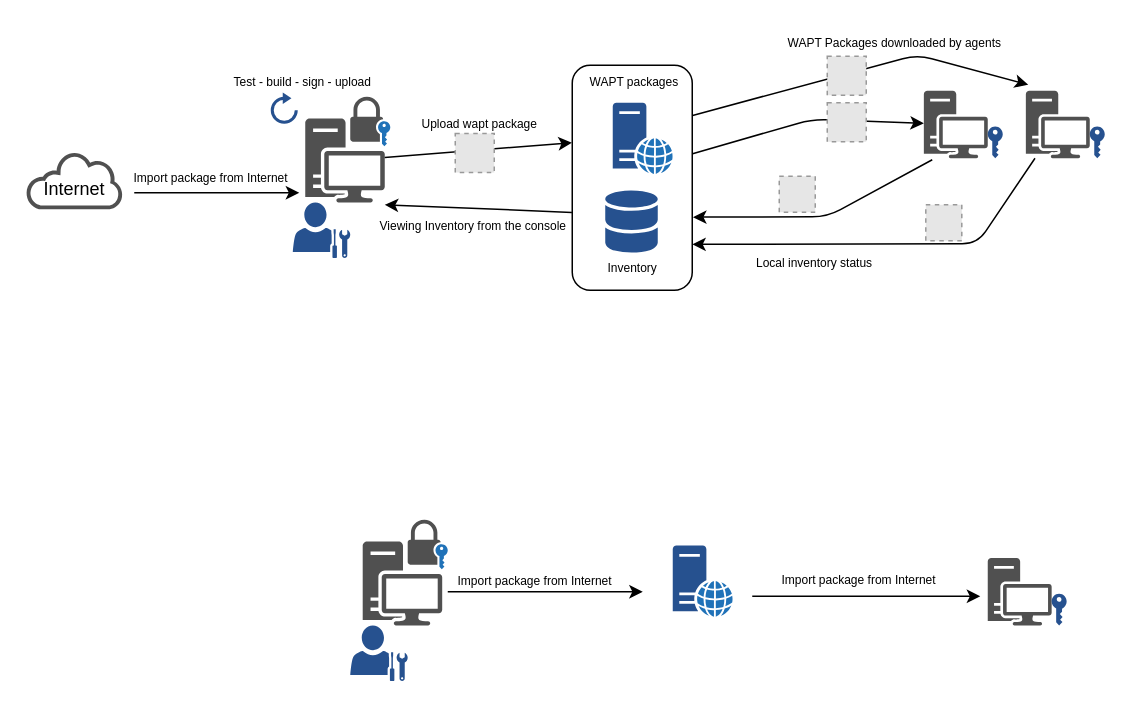
Earlier version of the draw.io diagram source/wapt_draw.io_diagrams/Diagramme interactions.drawio (tranquilit/WAPT-Documentation). Source tidied: cells renumbered, new cells numbered last; positions are measured from the earlier drawing's top-left corner, leaving out a move shared by most shapes. Both pictures are drawn from the tidied source at 150%, with x=0, y=0 at pixel (26, 26). Pictures stored in the file or linked from it are replaced by grey dashed boxes.
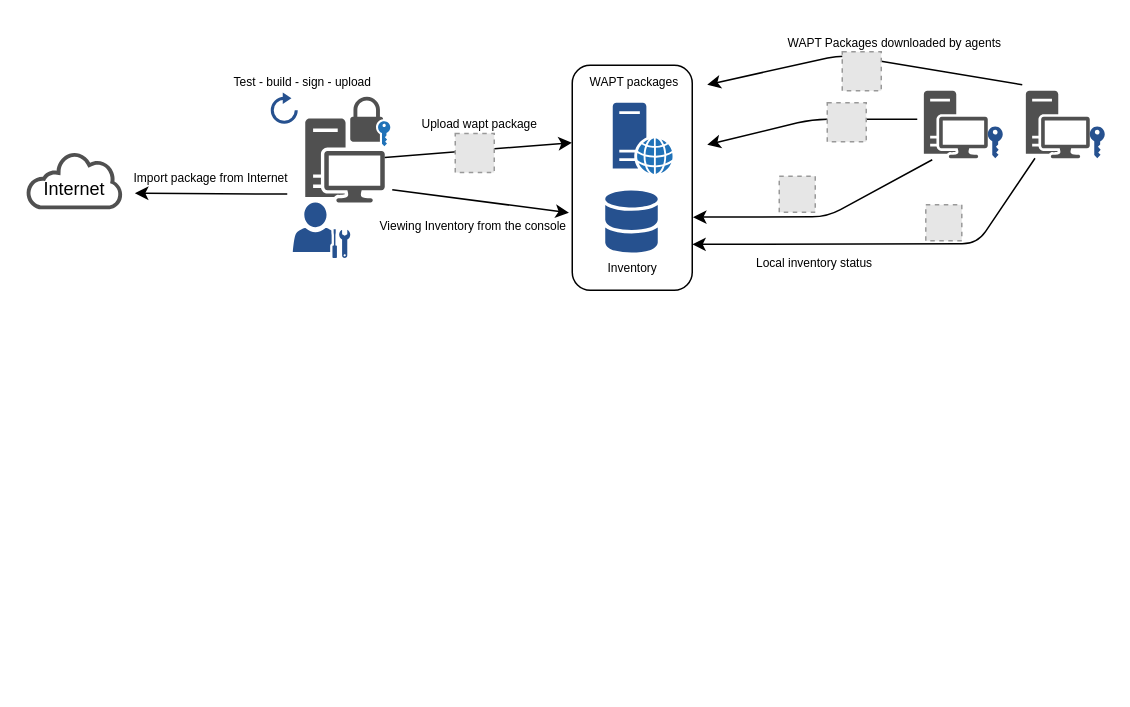
After the change.

The change refers to these unchanged cells:
```xml
<mxCell id="2" style="rounded=1;whiteSpace=wrap;html=1;" parent="1" vertex="1">
  <mxGeometry x="364" y="26" width="80" height="150" as="geometry" />
</mxCell>
<mxCell id="8" value="&lt;font style=&quot;font-size: 8px&quot;&gt;Viewing Inventory from the console&lt;br&gt;&lt;/font&gt;" style="text;html=1;align=left;verticalAlign=top;spacingTop=-4;points=[];rotation=0;" parent="1" vertex="1">
  <mxGeometry x="234" y="122" width="130" height="20" as="geometry" />
</mxCell>
<mxCell id="12" value="&lt;font style=&quot;font-size: 8px&quot;&gt;Import package from Internet&lt;br&gt;&lt;/font&gt;" style="text;html=1;align=left;verticalAlign=top;spacingTop=-4;points=[];rotation=0;" parent="1" vertex="1">
  <mxGeometry x="70" y="90" width="110" height="20" as="geometry" />
</mxCell>
<mxCell id="27" style="shadow=0;dashed=0;html=1;strokeColor=none;fillColor=#505050;labelPosition=center;verticalLabelPosition=bottom;verticalAlign=top;outlineConnect=0;align=center;shape=mxgraph.office.devices.workstation;" parent="1" vertex="1">
  <mxGeometry x="598.4" y="43" width="42.6" height="45" as="geometry" />
</mxCell>
```

The edit, as a diff of the source:
```diff
@@
-    <mxCell id="3" style="endArrow=classic;html=1;exitX=-0.003;exitY=0.654;exitDx=0;exitDy=0;exitPerimeter=0;" parent="1" edge="1" source="2">
+    <mxCell id="3" style="endArrow=classic;html=1;entryX=0.983;entryY=0.119;entryDx=0;entryDy=0;entryPerimeter=0;" parent="1" edge="1" target="8">
       <mxGeometry relative="1" as="geometry">
-        <mxPoint x="239" y="119" as="targetPoint" />
+        <mxPoint x="244" y="109" as="sourcePoint" />
       </mxGeometry>
     </mxCell>
-    <mxCell id="4" style="endArrow=classic;html=1;exitX=1.003;exitY=0.223;exitDx=0;exitDy=0;exitPerimeter=0;" parent="1" edge="1" source="2">
+    <mxCell id="4" style="endArrow=classic;html=1;" parent="1" edge="1">
       <mxGeometry relative="1" as="geometry">
-        <mxPoint x="668" y="39" as="targetPoint" />
+        <mxPoint x="664" y="39" as="sourcePoint" />
+        <mxPoint x="454" y="39" as="targetPoint" />
         <Array as="points">
-          <mxPoint x="594" y="19" />
+          <mxPoint x="544" y="19" />
         </Array>
       </mxGeometry>
     </mxCell>
@@
-    <mxCell id="11" style="endArrow=classic;html=1;" parent="1" edge="1">
+    <mxCell id="11" style="endArrow=classic;html=1;entryX=0.022;entryY=1.065;entryDx=0;entryDy=0;entryPerimeter=0;" parent="1" edge="1" target="12">
       <mxGeometry relative="1" as="geometry">
-        <mxPoint x="72" y="111" as="sourcePoint" />
-        <mxPoint x="182" y="111" as="targetPoint" />
+        <mxPoint x="174" y="111.9" as="sourcePoint" />
       </mxGeometry>
     </mxCell>
@@
-    <mxCell id="13" style="endArrow=classic;html=1;" parent="1" edge="1">
-      <mxGeometry relative="1" as="geometry">
-        <mxPoint x="281" y="377" as="sourcePoint" />
-        <mxPoint x="411" y="377" as="targetPoint" />
-      </mxGeometry>
-    </mxCell>
-    <mxCell id="14" value="&lt;font style=&quot;font-size: 8px&quot;&gt;Import package from Internet&lt;br&gt;&lt;/font&gt;" style="text;html=1;align=left;verticalAlign=top;spacingTop=-4;rotation=0;" parent="1" vertex="1">
-      <mxGeometry x="286" y="359" width="110" height="20" as="geometry" />
-    </mxCell>
-    <mxCell id="15" style="endArrow=classic;html=1;" parent="1" edge="1">
-      <mxGeometry relative="1" as="geometry">
-        <mxPoint x="484" y="380" as="sourcePoint" />
-        <mxPoint x="636" y="380" as="targetPoint" />
-      </mxGeometry>
-    </mxCell>
-    <mxCell id="16" value="&lt;font style=&quot;font-size: 8px&quot;&gt;Import package from Internet&lt;br&gt;&lt;/font&gt;" style="text;html=1;align=left;verticalAlign=top;spacingTop=-4;rotation=0;" parent="1" vertex="1">
-      <mxGeometry x="502" y="358.3" width="110" height="20" as="geometry" />
-    </mxCell>
@@
-    <mxCell id="21" style="endArrow=classic;html=1;exitX=1.003;exitY=0.393;exitDx=0;exitDy=0;exitPerimeter=0;" parent="1" edge="1" source="2" target="27">
+    <mxCell id="21" style="endArrow=classic;html=1;" parent="1" edge="1">
       <mxGeometry relative="1" as="geometry">
+        <mxPoint x="594" y="62" as="sourcePoint" />
+        <mxPoint x="454" y="79" as="targetPoint" />
         <Array as="points">
           <mxPoint x="524" y="62" />
         </Array>
       </mxGeometry>
     </mxCell>
@@
     <mxCell id="30" style="fillColor=#E6E6E6;strokeColor=#999999;dashed=1;" parent="1" vertex="1">
-      <mxGeometry x="534" y="20" width="26" height="26" as="geometry" />
+      <mxGeometry x="544" y="17" width="26" height="26" as="geometry" />
     </mxCell>
@@
-    <mxCell id="39" style="shadow=0;dashed=0;html=1;strokeColor=none;fillColor=#26518f;labelPosition=center;verticalLabelPosition=bottom;verticalAlign=top;align=center;shape=mxgraph.office.servers.web_server_blue;" parent="1" vertex="1">
-      <mxGeometry x="431" y="346.2" width="40" height="47.5" as="geometry" />
-    </mxCell>
@@
-    <mxCell id="41" style="group;" parent="1" vertex="1">
-      <mxGeometry x="216" y="329" width="65.1" height="107.5" as="geometry" />
-    </mxCell>
-    <mxCell id="42" style="shadow=0;dashed=0;html=1;strokeColor=none;fillColor=#505050;labelPosition=center;verticalLabelPosition=bottom;verticalAlign=top;align=center;shape=mxgraph.office.devices.workstation;" parent="41" vertex="1">
-      <mxGeometry x="8.3" y="14.5" width="53" height="56" as="geometry" />
-    </mxCell>
-    <mxCell id="43" style="shadow=0;dashed=0;html=1;strokeColor=none;fillColor=#505050;labelPosition=center;verticalLabelPosition=bottom;verticalAlign=top;align=center;shape=mxgraph.office.security.lock_with_key_security_blue;" parent="41" vertex="1">
-      <mxGeometry x="38.3" width="26.7" height="33" as="geometry" />
-    </mxCell>
-    <mxCell id="44" style="shadow=0;dashed=0;html=1;strokeColor=none;fillColor=#26518f;labelPosition=center;verticalLabelPosition=bottom;verticalAlign=top;align=center;shape=mxgraph.office.users.administrator;" parent="41" vertex="1">
-      <mxGeometry y="70.5" width="38.3" height="37" as="geometry" />
-    </mxCell>
-    <mxCell id="45" style="group;" parent="1" vertex="1">
-      <mxGeometry x="641" y="354.5" width="52.6" height="45" as="geometry" />
-    </mxCell>
-    <mxCell id="46" style="shadow=0;dashed=0;html=1;strokeColor=none;fillColor=#505050;labelPosition=center;verticalLabelPosition=bottom;verticalAlign=top;align=center;shape=mxgraph.office.devices.workstation;" parent="45" vertex="1">
-      <mxGeometry width="42.6" height="45" as="geometry" />
-    </mxCell>
-    <mxCell id="47" style="shadow=0;dashed=0;html=1;strokeColor=none;labelPosition=center;verticalLabelPosition=bottom;verticalAlign=top;align=center;shape=mxgraph.office.security.key_permissions;fillColor=#26518f;" parent="45" vertex="1">
-      <mxGeometry x="42.6" y="23.8" width="10" height="21.2" as="geometry" />
-    </mxCell>
```
